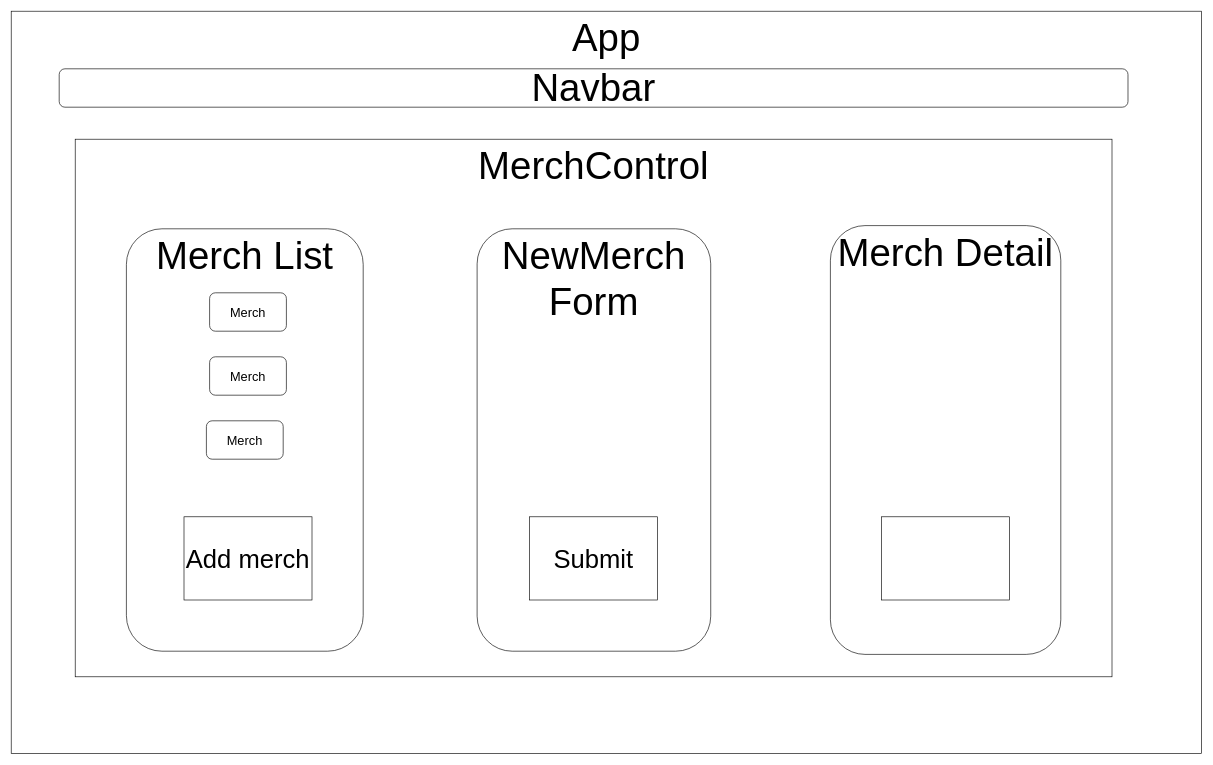
Josephwjack/Bussin-Beeswax keeps this draw.io diagram as page "Page-1" (1 of 2) of template.drawio. Above is the earlier version. Source tidied: cells renumbered, new cells numbered last; positions are measured from the earlier drawing's top-left corner, leaving out a move shared by most shapes. Both pictures are drawn from the tidied source at 64%, with x=0, y=0 at pixel (11, 11).
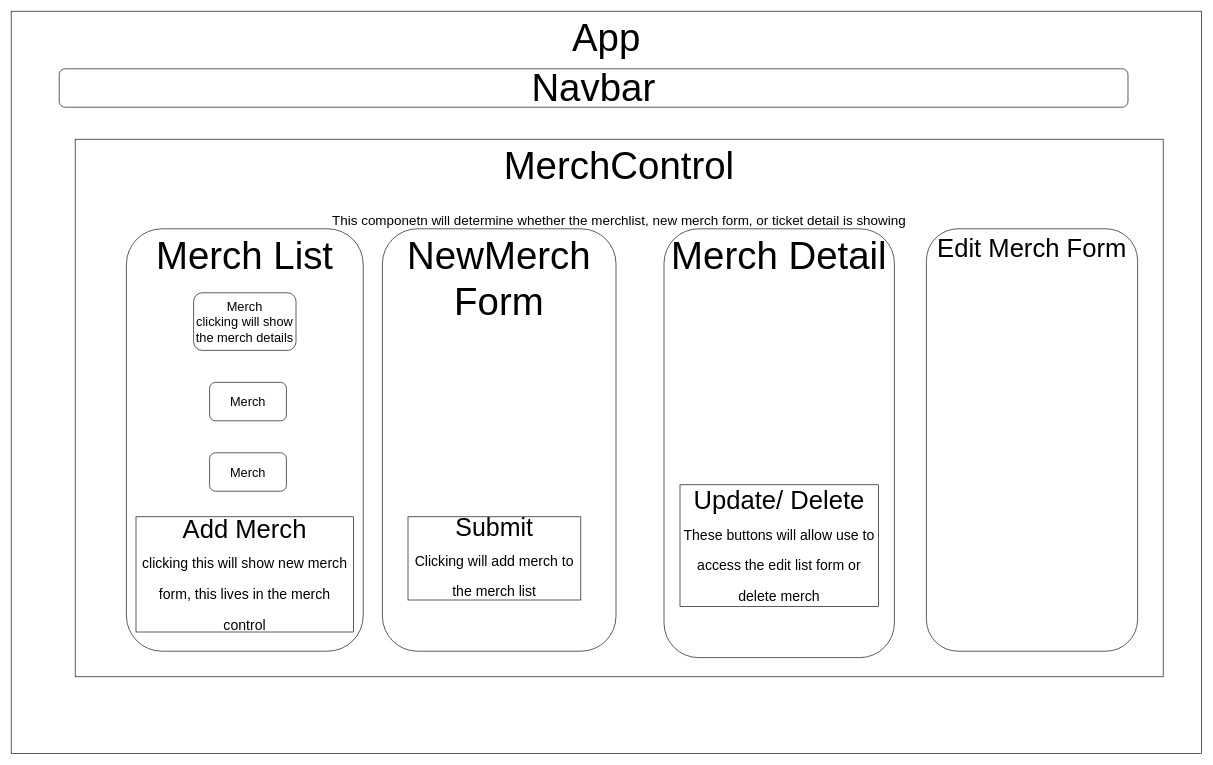
The same diagram, later.

The edit, as a diff of the source:
```diff
@@
 <mxGraphModel>
   <root>
     <mxCell id="0" />
     <mxCell id="1" parent="0" />
     <mxCell id="2" value="&lt;font style=&quot;font-size: 60px&quot;&gt;App&lt;/font&gt;" style="rounded=0;whiteSpace=wrap;html=1;horizontal=1;verticalAlign=top;" parent="1" vertex="1">
       <mxGeometry width="1860" height="1160" as="geometry" />
     </mxCell>
     <mxCell id="3" value="Navbar" style="rounded=1;whiteSpace=wrap;html=1;fontSize=60;" parent="1" vertex="1">
       <mxGeometry x="75" y="90" width="1670" height="60" as="geometry" />
     </mxCell>
-    <mxCell id="4" value="MerchControl" style="rounded=0;whiteSpace=wrap;html=1;fontSize=60;verticalAlign=top;" parent="1" vertex="1">
-      <mxGeometry x="100" y="200" width="1620" height="840" as="geometry" />
+    <mxCell id="4" value="MerchControl&lt;br&gt;&lt;font style=&quot;line-height: 1.1&quot;&gt;&lt;font style=&quot;font-size: 21px&quot;&gt;This componetn will determine whether the merchlist, new merch form, or ticket detail is showing&lt;/font&gt;&lt;br&gt;&lt;/font&gt;" style="rounded=0;whiteSpace=wrap;html=1;fontSize=60;verticalAlign=top;" parent="1" vertex="1">
+      <mxGeometry x="100" y="200" width="1700" height="840" as="geometry" />
     </mxCell>
     <mxCell id="5" value="Merch List" style="rounded=1;whiteSpace=wrap;html=1;fontSize=60;verticalAlign=top;" parent="1" vertex="1">
       <mxGeometry x="180" y="340" width="370" height="660" as="geometry" />
     </mxCell>
     <mxCell id="6" value="NewMerch Form" style="rounded=1;whiteSpace=wrap;html=1;fontSize=60;verticalAlign=top;" parent="1" vertex="1">
-      <mxGeometry x="728" y="340" width="365" height="660" as="geometry" />
+      <mxGeometry x="580" y="340" width="365" height="660" as="geometry" />
     </mxCell>
     <mxCell id="7" value="Merch Detail" style="rounded=1;whiteSpace=wrap;html=1;fontSize=60;verticalAlign=top;" parent="1" vertex="1">
-      <mxGeometry x="1280" y="335" width="360" height="670" as="geometry" />
+      <mxGeometry x="1020" y="340" width="360" height="670" as="geometry" />
     </mxCell>
-    <mxCell id="8" value="Merch" style="rounded=1;whiteSpace=wrap;html=1;fontSize=20;" parent="1" vertex="1">
-      <mxGeometry x="310" y="440" width="120" height="60" as="geometry" />
+    <mxCell id="8" value="Merch&lt;br&gt;clicking will show the merch details" style="rounded=1;whiteSpace=wrap;html=1;fontSize=20;" parent="1" vertex="1">
+      <mxGeometry x="285" y="440" width="160" height="90" as="geometry" />
     </mxCell>
     <mxCell id="9" value="Merch" style="rounded=1;whiteSpace=wrap;html=1;fontSize=20;" parent="1" vertex="1">
-      <mxGeometry x="310" y="540" width="120" height="60" as="geometry" />
+      <mxGeometry x="310" y="580" width="120" height="60" as="geometry" />
     </mxCell>
     <mxCell id="10" value="Merch" style="rounded=1;whiteSpace=wrap;html=1;fontSize=20;" parent="1" vertex="1">
-      <mxGeometry x="305" y="640" width="120" height="60" as="geometry" />
+      <mxGeometry x="310" y="690" width="120" height="60" as="geometry" />
     </mxCell>
-    <mxCell id="11" value="Add merch" style="rounded=0;whiteSpace=wrap;html=1;fontSize=40;" parent="1" vertex="1">
-      <mxGeometry x="270" y="790" width="200" height="130" as="geometry" />
+    <mxCell id="11" value="Add Merch&lt;br style=&quot;font-size: 39px&quot;&gt;&lt;span style=&quot;font-size: 22px&quot;&gt;clicking this will show new merch form, this lives in the merch control&lt;/span&gt;" style="rounded=0;whiteSpace=wrap;html=1;fontSize=40;" parent="1" vertex="1">
+      <mxGeometry x="195" y="790" width="340" height="180" as="geometry" />
     </mxCell>
-    <mxCell id="12" value="Submit" style="rounded=0;whiteSpace=wrap;html=1;fontSize=40;" parent="1" vertex="1">
-      <mxGeometry x="810" y="790" width="200" height="130" as="geometry" />
+    <mxCell id="12" value="Submit&lt;br style=&quot;font-size: 38px&quot;&gt;&lt;span style=&quot;font-size: 22px&quot;&gt;Clicking will add merch to the merch list&lt;/span&gt;" style="rounded=0;whiteSpace=wrap;html=1;fontSize=39;" parent="1" vertex="1">
+      <mxGeometry x="620" y="790" width="270" height="130" as="geometry" />
     </mxCell>
-    <mxCell id="13" style="rounded=0;whiteSpace=wrap;html=1;fontSize=40;" parent="1" vertex="1">
-      <mxGeometry x="1360" y="790" width="200" height="130" as="geometry" />
+    <mxCell id="13" value="Update/ Delete&lt;br style=&quot;font-size: 39px&quot;&gt;&lt;span style=&quot;font-size: 22px&quot;&gt;These buttons will allow use to access the edit list form or delete merch&lt;/span&gt;" style="rounded=0;whiteSpace=wrap;html=1;fontSize=40;" parent="1" vertex="1">
+      <mxGeometry x="1045" y="740" width="310" height="190" as="geometry" />
     </mxCell>
+    <mxCell id="14" value="Edit Merch Form" style="rounded=1;whiteSpace=wrap;html=1;fontSize=40;verticalAlign=top;" parent="1" vertex="1">
+      <mxGeometry x="1430" y="340" width="330" height="660" as="geometry" />
+    </mxCell>
   </root>
 </mxGraphModel>
```
